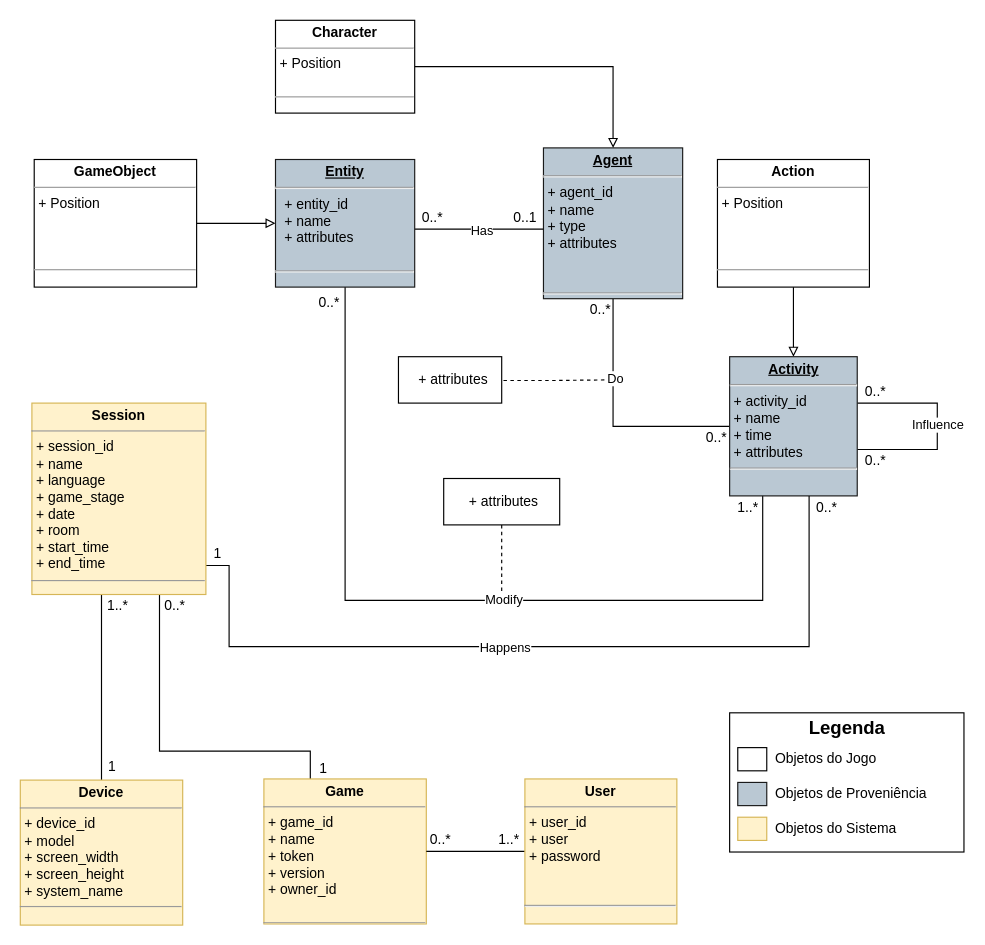
This is page "WebAPI Class Model" (4 of 6) of Documentation/Diagramas/Modelo De Dados Proveniencia.drawio from multisens/micelio, a draw.io file, before an edit. Source tidied: cells renumbered, new cells numbered last; positions are measured from the earlier drawing's top-left corner, leaving out a move shared by most shapes. Both pictures are drawn from the tidied source at 116%, with x=0, y=0 at pixel (20, 20).
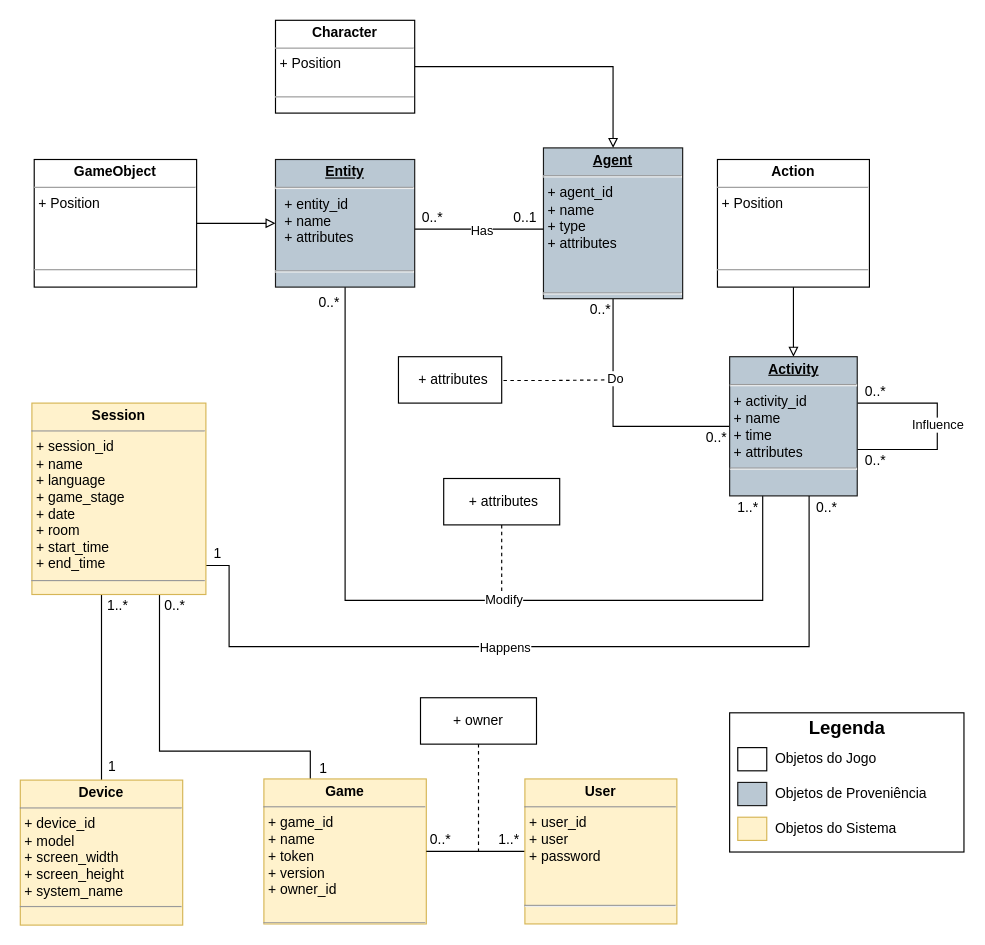
The same page after the edit.

The edit, as a diff of the source:
```diff
@@
+    <mxCell id="57" value="+ owner" style="shape=umlLifeline;perimeter=lifelinePerimeter;whiteSpace=wrap;html=1;" parent="1" vertex="1">
+      <mxGeometry x="345" y="584" width="100" height="133" as="geometry" />
+    </mxCell>
```
